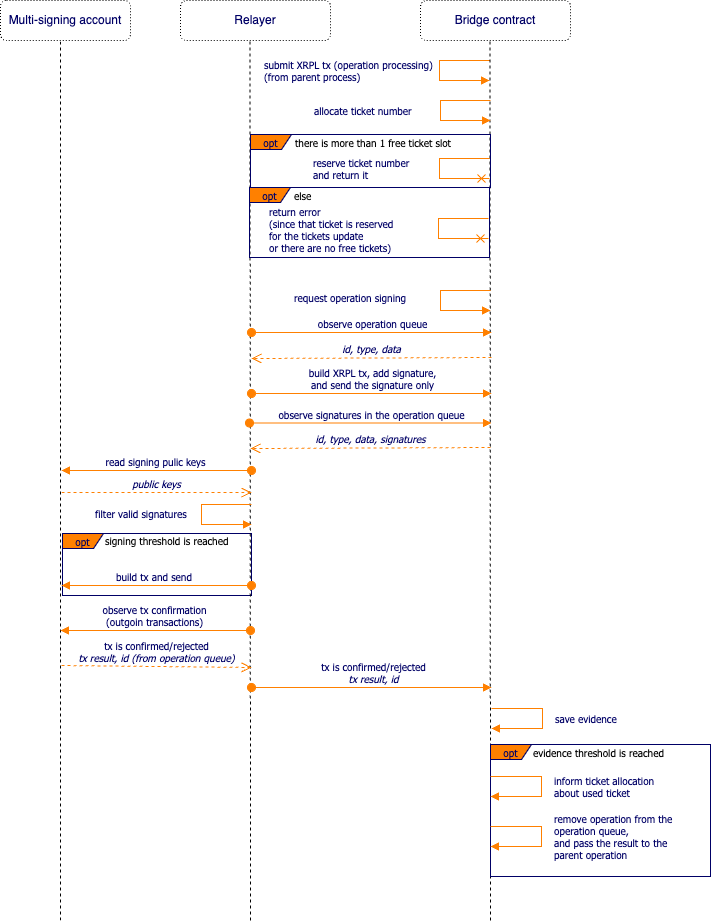
This is spec/img/submit-xrpl-tx.png from CoreumFoundation/coreumbridge-xrpl, a draw.io export, as it was before one commit. Source tidied: cells renumbered, new cells last; positions are measured from the earlier drawing's top-left corner, leaving out a move shared by most shapes.
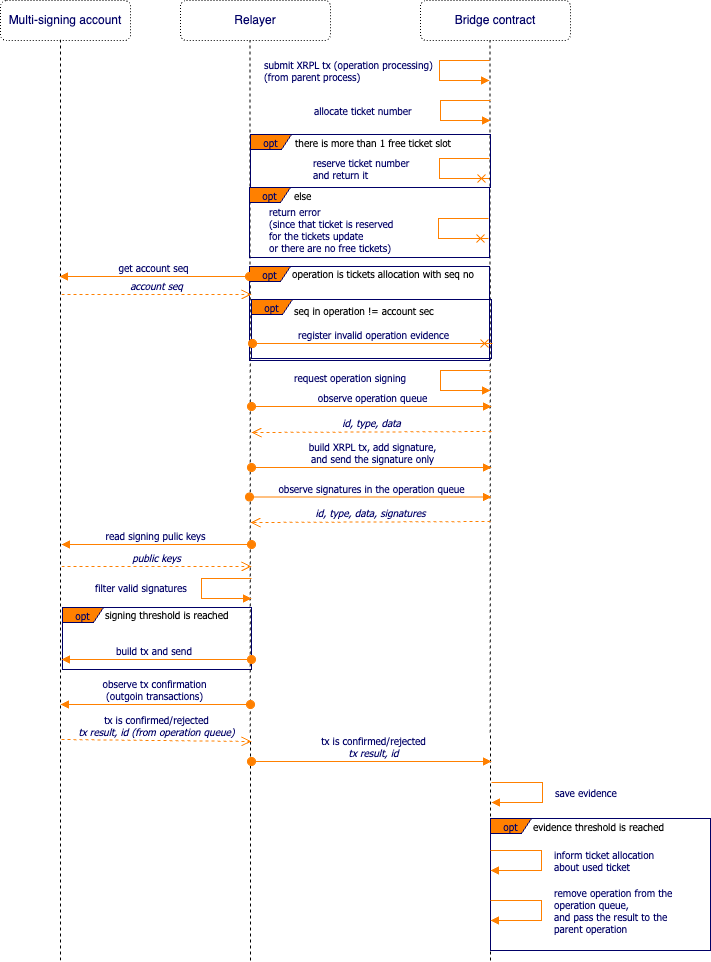
Above is the later version.

Commit message:
Add relayer tickets allocation invalid seq number operation cancellation.

Diff of the diagram source:
```diff
@@ -3,7 +3,7 @@
     <mxCell id="0" />
     <mxCell id="1" parent="0" />
     <mxCell id="2" value="opt" style="shape=umlFrame;whiteSpace=wrap;html=1;strokeColor=#000066;fillColor=#FF8000;fontFamily=Tahoma;fontSize=10;fontColor=#000066;align=center;width=41;height=15;" parent="1" vertex="1">
-      <mxGeometry x="62" y="533" width="189" height="62" as="geometry" />
+      <mxGeometry x="62" y="607" width="189" height="62" as="geometry" />
     </mxCell>
     <mxCell id="3" value="Relayer" style="rounded=1;whiteSpace=wrap;html=1;fillColor=none;dashed=1;fontColor=#000066;dashPattern=1 2;" parent="1" vertex="1">
       <mxGeometry x="180" width="150" height="40" as="geometry" />
@@ -16,7 +16,7 @@
     </mxCell>
     <mxCell id="6" style="endArrow=none;dashed=1;html=1;rounded=0;" parent="1" edge="1">
       <mxGeometry relative="1" as="geometry">
-        <mxPoint x="60" y="920" as="sourcePoint" />
+        <mxPoint x="60" y="960" as="sourcePoint" />
         <mxPoint x="60" y="39" as="targetPoint" />
       </mxGeometry>
     </mxCell>
@@ -25,7 +25,7 @@
     </mxCell>
     <mxCell id="8" style="endArrow=none;dashed=1;html=1;rounded=0;" parent="1" edge="1">
       <mxGeometry relative="1" as="geometry">
-        <mxPoint x="250" y="920" as="sourcePoint" />
+        <mxPoint x="250" y="960" as="sourcePoint" />
         <mxPoint x="249.5" y="40" as="targetPoint" />
       </mxGeometry>
     </mxCell>
@@ -34,7 +34,7 @@
     </mxCell>
     <mxCell id="10" style="endArrow=none;dashed=1;html=1;rounded=0;" parent="1" edge="1">
       <mxGeometry relative="1" as="geometry">
-        <mxPoint x="490" y="920" as="sourcePoint" />
+        <mxPoint x="490" y="960" as="sourcePoint" />
         <mxPoint x="489.5" y="40" as="targetPoint" />
       </mxGeometry>
     </mxCell>
@@ -43,95 +43,95 @@
     </mxCell>
     <mxCell id="12" value="build XRPL tx, add signature, &lt;br&gt;and send the signature only" style="html=1;verticalAlign=bottom;startArrow=oval;startFill=1;endArrow=block;startSize=8;strokeColor=#FF8000;fontFamily=Tahoma;fontSize=10;fontColor=#000066;" parent="1" edge="1">
       <mxGeometry x="0.01" relative="1" as="geometry">
-        <mxPoint x="251" y="393" as="sourcePoint" />
-        <mxPoint x="491" y="393" as="targetPoint" />
+        <mxPoint x="251" y="467" as="sourcePoint" />
+        <mxPoint x="491" y="467" as="targetPoint" />
       </mxGeometry>
     </mxCell>
     <mxCell id="13" value="observe&amp;nbsp;operation queue" style="html=1;verticalAlign=bottom;startArrow=oval;startFill=1;endArrow=block;startSize=8;strokeColor=#FF8000;fontFamily=Tahoma;fontSize=10;fontColor=#000066;" parent="1" edge="1">
       <mxGeometry x="0.01" relative="1" as="geometry">
-        <mxPoint x="251" y="332" as="sourcePoint" />
-        <mxPoint x="491" y="332" as="targetPoint" />
+        <mxPoint x="251" y="406" as="sourcePoint" />
+        <mxPoint x="491" y="406" as="targetPoint" />
       </mxGeometry>
     </mxCell>
     <mxCell id="14" value="id, type, data" style="html=1;verticalAlign=bottom;endArrow=open;dashed=1;endSize=8;strokeColor=#FF8000;fontFamily=Tahoma;fontSize=10;fontColor=#000066;fontStyle=2;" parent="1" edge="1">
       <mxGeometry relative="1" as="geometry">
-        <mxPoint x="491" y="357" as="sourcePoint" />
-        <mxPoint x="251" y="358" as="targetPoint" />
+        <mxPoint x="491" y="431" as="sourcePoint" />
+        <mxPoint x="251" y="432" as="targetPoint" />
       </mxGeometry>
     </mxCell>
     <mxCell id="15" value="build tx and send&amp;nbsp;" style="html=1;verticalAlign=bottom;startArrow=oval;startFill=1;endArrow=block;startSize=8;strokeColor=#FF8000;fontFamily=Tahoma;fontSize=10;fontColor=#000066;" parent="1" edge="1">
       <mxGeometry x="0.01" relative="1" as="geometry">
-        <mxPoint x="251" y="585" as="sourcePoint" />
-        <mxPoint x="61" y="585" as="targetPoint" />
+        <mxPoint x="251" y="659" as="sourcePoint" />
+        <mxPoint x="61" y="659" as="targetPoint" />
       </mxGeometry>
     </mxCell>
     <mxCell id="16" value="tx is confirmed/rejected &lt;br&gt;&lt;i&gt;tx result, id (from operation queue)&lt;/i&gt;" style="html=1;verticalAlign=bottom;endArrow=open;dashed=1;endSize=8;strokeColor=#FF8000;fontFamily=Tahoma;fontSize=10;fontColor=#000066;" parent="1" edge="1">
       <mxGeometry relative="1" as="geometry">
-        <mxPoint x="61" y="665" as="sourcePoint" />
-        <mxPoint x="251" y="667" as="targetPoint" />
+        <mxPoint x="61" y="739" as="sourcePoint" />
+        <mxPoint x="251" y="741" as="targetPoint" />
       </mxGeometry>
     </mxCell>
     <mxCell id="17" value="opt" style="shape=umlFrame;whiteSpace=wrap;html=1;strokeColor=#000066;fillColor=#FF8000;fontFamily=Tahoma;fontSize=10;fontColor=#000066;align=center;width=41;height=15;" parent="1" vertex="1">
-      <mxGeometry x="490" y="744" width="220" height="132" as="geometry" />
+      <mxGeometry x="490" y="818" width="220" height="132" as="geometry" />
     </mxCell>
     <mxCell id="18" value="evidence threshold is reached" style="text;html=1;align=left;verticalAlign=top;spacingTop=-4;fontSize=10;fontFamily=Tahoma;fontColor=#000000;" parent="1" vertex="1">
-      <mxGeometry x="531" y="744" width="150" height="20" as="geometry" />
+      <mxGeometry x="531" y="818" width="150" height="20" as="geometry" />
     </mxCell>
     <mxCell id="19" value="tx is confirmed/rejected&lt;br&gt;&lt;i&gt;tx result, id&lt;/i&gt;" style="html=1;verticalAlign=bottom;startArrow=oval;startFill=1;endArrow=block;startSize=8;strokeColor=#FF8000;fontFamily=Tahoma;fontSize=10;fontColor=#000066;" parent="1" edge="1">
       <mxGeometry x="0.02" relative="1" as="geometry">
-        <mxPoint x="251" y="687" as="sourcePoint" />
-        <mxPoint x="491" y="687" as="targetPoint" />
+        <mxPoint x="251" y="761" as="sourcePoint" />
+        <mxPoint x="491" y="761" as="targetPoint" />
       </mxGeometry>
     </mxCell>
     <mxCell id="20" value="save&amp;nbsp;evidence" style="edgeStyle=orthogonalEdgeStyle;html=1;align=left;spacingLeft=2;endArrow=block;rounded=0;strokeColor=#FF8000;fontFamily=Tahoma;fontSize=10;fontColor=#000066;endFill=1;" parent="1" edge="1">
       <mxGeometry y="9" relative="1" as="geometry">
-        <mxPoint x="491" y="708" as="sourcePoint" />
-        <mxPoint x="491" y="728" as="targetPoint" />
+        <mxPoint x="491" y="782" as="sourcePoint" />
+        <mxPoint x="491" y="802" as="targetPoint" />
         <Array as="points">
-          <mxPoint x="542" y="708" />
-          <mxPoint x="542" y="728" />
+          <mxPoint x="542" y="782" />
+          <mxPoint x="542" y="802" />
         </Array>
       </mxGeometry>
     </mxCell>
     <mxCell id="21" value="observe signatures in the operation queue" style="html=1;verticalAlign=bottom;startArrow=oval;startFill=1;endArrow=block;startSize=8;strokeColor=#FF8000;fontFamily=Tahoma;fontSize=10;fontColor=#000066;" parent="1" edge="1">
       <mxGeometry x="0.01" relative="1" as="geometry">
-        <mxPoint x="249" y="422.5" as="sourcePoint" />
-        <mxPoint x="491" y="422.5" as="targetPoint" />
+        <mxPoint x="249" y="496.5" as="sourcePoint" />
+        <mxPoint x="491" y="496.5" as="targetPoint" />
       </mxGeometry>
     </mxCell>
     <mxCell id="22" value="request&amp;nbsp;operation signing" style="edgeStyle=orthogonalEdgeStyle;html=1;align=left;spacingLeft=2;endArrow=block;rounded=0;strokeColor=#FF8000;fontFamily=Tahoma;fontSize=10;fontColor=#000066;endFill=1;" parent="1" edge="1">
       <mxGeometry x="-0.05" y="-150" relative="1" as="geometry">
-        <mxPoint x="490" y="290" as="sourcePoint" />
-        <mxPoint x="490" y="310" as="targetPoint" />
+        <mxPoint x="490" y="370" as="sourcePoint" />
+        <mxPoint x="490" y="390" as="targetPoint" />
         <Array as="points">
-          <mxPoint x="440" y="290" />
-          <mxPoint x="440" y="310" />
+          <mxPoint x="440" y="370" />
+          <mxPoint x="440" y="390" />
         </Array>
       </mxGeometry>
     </mxCell>
     <mxCell id="23" value="filter valid signatures" style="edgeStyle=orthogonalEdgeStyle;html=1;align=left;spacingLeft=2;endArrow=block;rounded=0;strokeColor=#FF8000;fontFamily=Tahoma;fontSize=10;fontColor=#000066;endFill=1;" parent="1" edge="1">
       <mxGeometry x="-0.02" y="-110" relative="1" as="geometry">
-        <mxPoint x="251" y="504" as="sourcePoint" />
-        <mxPoint x="251" y="524" as="targetPoint" />
+        <mxPoint x="251" y="578" as="sourcePoint" />
+        <mxPoint x="251" y="598" as="targetPoint" />
         <Array as="points">
-          <mxPoint x="201" y="504" />
-          <mxPoint x="201" y="524" />
+          <mxPoint x="201" y="578" />
+          <mxPoint x="201" y="598" />
         </Array>
       </mxGeometry>
     </mxCell>
     <mxCell id="24" value="id, type, data, signatures" style="html=1;verticalAlign=bottom;endArrow=open;dashed=1;endSize=8;strokeColor=#FF8000;fontFamily=Tahoma;fontSize=10;fontColor=#000066;fontStyle=2;" parent="1" edge="1">
       <mxGeometry relative="1" as="geometry">
-        <mxPoint x="490" y="447" as="sourcePoint" />
-        <mxPoint x="250" y="448" as="targetPoint" />
+        <mxPoint x="490" y="521" as="sourcePoint" />
+        <mxPoint x="250" y="522" as="targetPoint" />
       </mxGeometry>
     </mxCell>
     <mxCell id="25" value="remove operation from the &lt;br&gt;operation queue, &lt;br&gt;and pass the result to the &lt;br&gt;parent operation" style="edgeStyle=orthogonalEdgeStyle;html=1;align=left;spacingLeft=2;endArrow=block;rounded=0;strokeColor=#FF8000;fontFamily=Tahoma;fontSize=10;fontColor=#000066;endFill=1;" parent="1" edge="1">
       <mxGeometry y="9" relative="1" as="geometry">
-        <mxPoint x="490" y="826" as="sourcePoint" />
-        <mxPoint x="490" y="846" as="targetPoint" />
+        <mxPoint x="490" y="900" as="sourcePoint" />
+        <mxPoint x="490" y="920" as="targetPoint" />
         <Array as="points">
-          <mxPoint x="541" y="826" />
-          <mxPoint x="541" y="846" />
+          <mxPoint x="541" y="900" />
+          <mxPoint x="541" y="920" />
         </Array>
       </mxGeometry>
     </mxCell>
@@ -147,32 +147,32 @@
     </mxCell>
     <mxCell id="27" value="read signing pulic keys" style="html=1;verticalAlign=bottom;startArrow=oval;startFill=1;endArrow=block;startSize=8;strokeColor=#FF8000;fontFamily=Tahoma;fontSize=10;fontColor=#000066;" parent="1" edge="1">
       <mxGeometry x="0.01" relative="1" as="geometry">
-        <mxPoint x="251" y="470" as="sourcePoint" />
-        <mxPoint x="61" y="470" as="targetPoint" />
+        <mxPoint x="251" y="544" as="sourcePoint" />
+        <mxPoint x="61" y="544" as="targetPoint" />
       </mxGeometry>
     </mxCell>
     <mxCell id="28" value="public keys" style="html=1;verticalAlign=bottom;endArrow=open;dashed=1;endSize=8;strokeColor=#FF8000;fontFamily=Tahoma;fontSize=10;fontColor=#000066;fontStyle=2;" parent="1" edge="1">
       <mxGeometry relative="1" as="geometry">
-        <mxPoint x="61" y="492" as="sourcePoint" />
-        <mxPoint x="251" y="492" as="targetPoint" />
+        <mxPoint x="61" y="566" as="sourcePoint" />
+        <mxPoint x="251" y="566" as="targetPoint" />
       </mxGeometry>
     </mxCell>
     <mxCell id="29" value="&lt;span style=&quot;font-family: Tahoma; font-size: 10px; font-style: normal; font-variant-ligatures: normal; font-variant-caps: normal; font-weight: 400; letter-spacing: normal; orphans: 2; text-align: left; text-indent: 0px; text-transform: none; widows: 2; word-spacing: 0px; -webkit-text-stroke-width: 0px; background-color: rgb(255, 255, 255); text-decoration-thickness: initial; text-decoration-style: initial; text-decoration-color: initial; float: none; display: inline !important;&quot;&gt;signing threshold is reached&lt;/span&gt;" style="text;whiteSpace=wrap;html=1;fontColor=#000000;" parent="1" vertex="1">
-      <mxGeometry x="102.5" y="527" width="129.5" height="22" as="geometry" />
+      <mxGeometry x="102.5" y="601" width="129.5" height="22" as="geometry" />
     </mxCell>
     <mxCell id="30" value="observe tx confirmation &lt;br&gt;(outgoin transactions)" style="html=1;verticalAlign=bottom;startArrow=oval;startFill=1;endArrow=block;startSize=8;strokeColor=#FF8000;fontFamily=Tahoma;fontSize=10;fontColor=#000066;" parent="1" edge="1">
       <mxGeometry x="0.01" relative="1" as="geometry">
-        <mxPoint x="250" y="630" as="sourcePoint" />
-        <mxPoint x="60" y="630" as="targetPoint" />
+        <mxPoint x="250" y="704" as="sourcePoint" />
+        <mxPoint x="60" y="704" as="targetPoint" />
       </mxGeometry>
     </mxCell>
     <mxCell id="31" value="inform ticket allocation &lt;br&gt;about used ticket" style="edgeStyle=orthogonalEdgeStyle;html=1;align=left;spacingLeft=2;endArrow=block;rounded=0;strokeColor=#FF8000;fontFamily=Tahoma;fontSize=10;fontColor=#000066;endFill=1;" parent="1" edge="1">
       <mxGeometry y="9" relative="1" as="geometry">
-        <mxPoint x="490" y="776" as="sourcePoint" />
-        <mxPoint x="490" y="796" as="targetPoint" />
+        <mxPoint x="490" y="850" as="sourcePoint" />
+        <mxPoint x="490" y="870" as="targetPoint" />
         <Array as="points">
-          <mxPoint x="541" y="776" />
-          <mxPoint x="541" y="796" />
+          <mxPoint x="541" y="850" />
+          <mxPoint x="541" y="870" />
         </Array>
       </mxGeometry>
     </mxCell>
@@ -218,5 +218,35 @@
     <mxCell id="38" value="else" style="text;html=1;align=left;verticalAlign=top;spacingTop=-4;fontSize=10;fontFamily=Tahoma;fontColor=#000000;" parent="1" vertex="1">
       <mxGeometry x="292" y="187" width="40" height="20" as="geometry" />
     </mxCell>
+    <mxCell id="39" value="opt" style="shape=umlFrame;whiteSpace=wrap;html=1;strokeColor=#000066;fillColor=#FF8000;fontFamily=Tahoma;fontSize=10;fontColor=#000066;align=center;width=41;height=15;" parent="1" vertex="1">
+      <mxGeometry x="249" y="266" width="240" height="94" as="geometry" />
+    </mxCell>
+    <mxCell id="40" value="get account seq" style="html=1;verticalAlign=bottom;startArrow=oval;startFill=1;endArrow=block;startSize=8;strokeColor=#FF8000;fontFamily=Tahoma;fontSize=10;fontColor=#000066;" parent="1" edge="1">
+      <mxGeometry x="0.01" relative="1" as="geometry">
+        <mxPoint x="249" y="276" as="sourcePoint" />
+        <mxPoint x="59" y="276" as="targetPoint" />
+      </mxGeometry>
+    </mxCell>
+    <mxCell id="41" value="account seq" style="html=1;verticalAlign=bottom;endArrow=open;dashed=1;endSize=8;strokeColor=#FF8000;fontFamily=Tahoma;fontSize=10;fontColor=#000066;fontStyle=2;" parent="1" edge="1">
+      <mxGeometry relative="1" as="geometry">
+        <mxPoint x="61" y="294" as="sourcePoint" />
+        <mxPoint x="251" y="294" as="targetPoint" />
+      </mxGeometry>
+    </mxCell>
+    <mxCell id="42" value="operation is tickets allocation with seq no" style="text;html=1;align=left;verticalAlign=top;spacingTop=-4;fontSize=10;fontFamily=Tahoma;fontColor=#000000;" parent="1" vertex="1">
+      <mxGeometry x="290" y="265" width="210" height="20" as="geometry" />
+    </mxCell>
+    <mxCell id="43" value="opt" style="shape=umlFrame;whiteSpace=wrap;html=1;strokeColor=#000066;fillColor=#FF8000;fontFamily=Tahoma;fontSize=10;fontColor=#000066;align=center;width=41;height=15;" parent="1" vertex="1">
+      <mxGeometry x="251" y="299" width="240" height="59" as="geometry" />
+    </mxCell>
+    <mxCell id="44" value="seq in operation != account sec" style="text;html=1;align=left;verticalAlign=top;spacingTop=-4;fontSize=10;fontFamily=Tahoma;fontColor=#000000;" parent="1" vertex="1">
+      <mxGeometry x="292" y="302" width="160" height="20" as="geometry" />
+    </mxCell>
+    <mxCell id="45" value="register invalid operation evidence" style="html=1;verticalAlign=bottom;startArrow=oval;startFill=1;endArrow=cross;startSize=8;strokeColor=#FF8000;fontFamily=Tahoma;fontSize=10;fontColor=#000066;endFill=0;" parent="1" edge="1">
+      <mxGeometry x="0.01" relative="1" as="geometry">
+        <mxPoint x="252" y="343" as="sourcePoint" />
+        <mxPoint x="492" y="343" as="targetPoint" />
+      </mxGeometry>
+    </mxCell>
   </root>
 </mxGraphModel>
```
